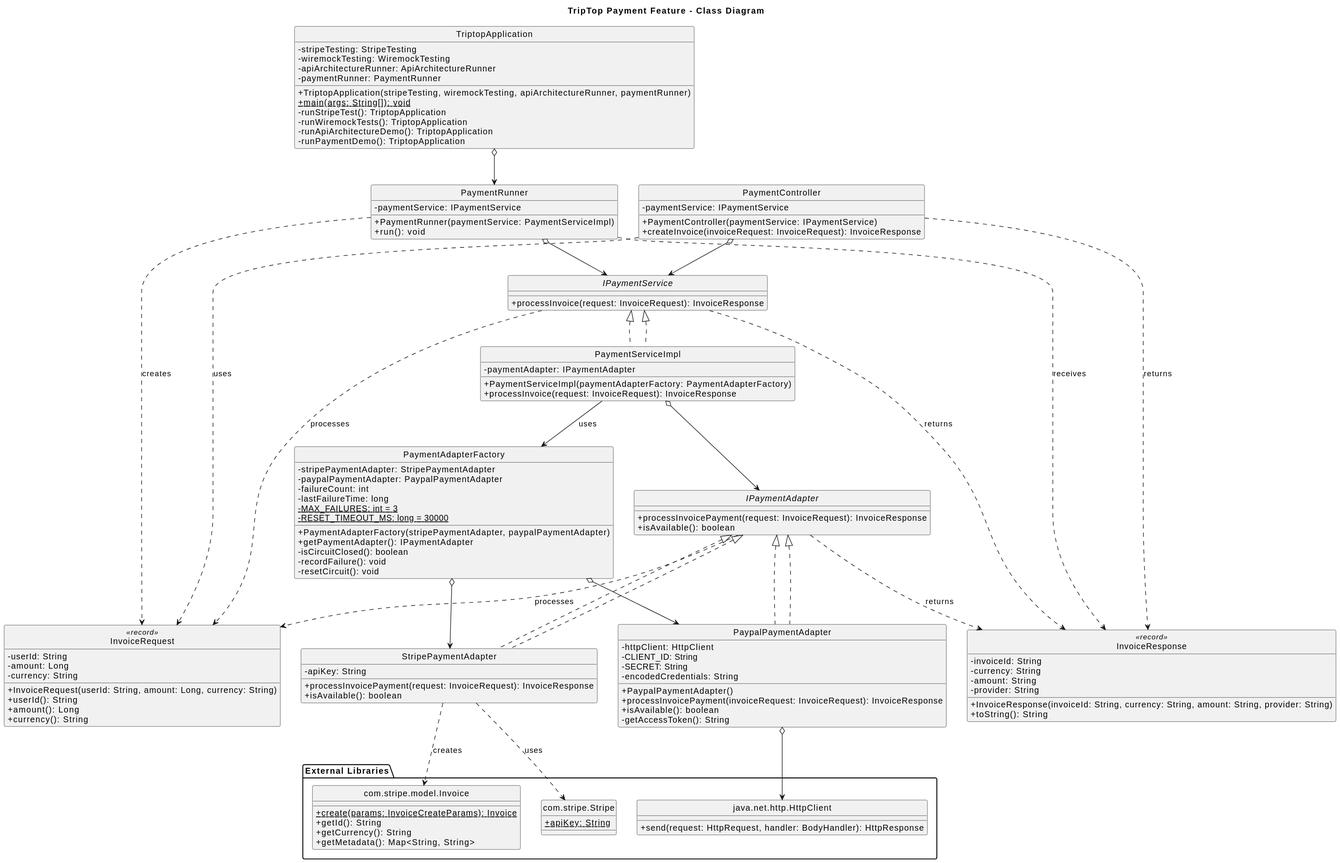
This is opdracht-diagrammen/component-diagrammen/MEES/ClassDiagram_Mees.svg from AIM-ENE-feb25/triptop-groep-3-pedro-ramon-mees, a PlantUML export, as it was before one commit.
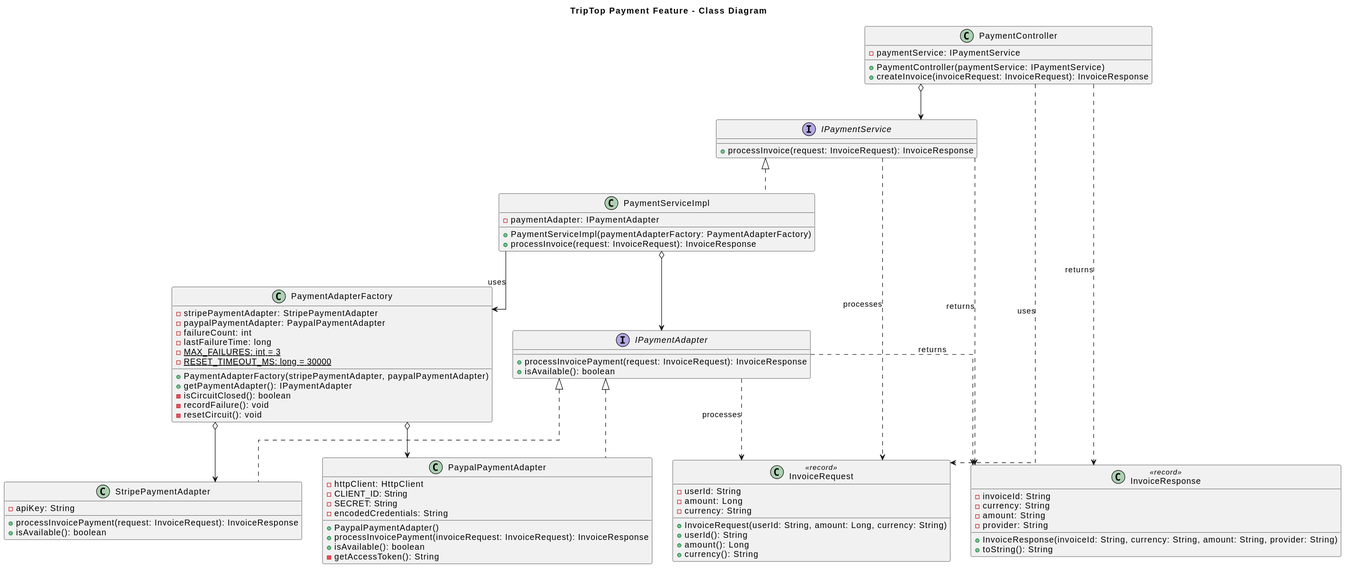
Above is the later version.

Change to the diagram source:
```diff
@@ -1,27 +1,7 @@
 @startuml
-skinparam classAttributeIconSize 0
-hide circle
-
 title "TripTop Payment Feature - Class Diagram"
 
-class TriptopApplication {
-  - stripeTesting: StripeTesting
-  - wiremockTesting: WiremockTesting
-  - apiArchitectureRunner: ApiArchitectureRunner
-  - paymentRunner: PaymentRunner
-  + TriptopApplication(stripeTesting, wiremockTesting, apiArchitectureRunner, paymentRunner)
-  + {static} main(args: String[]): void
-  - runStripeTest(): TriptopApplication
-  - runWiremockTests(): TriptopApplication
-  - runApiArchitectureDemo(): TriptopApplication
-  - runPaymentDemo(): TriptopApplication
-}
-
-class PaymentRunner {
-  - paymentService: IPaymentService
-  + PaymentRunner(paymentService: PaymentServiceImpl)
-  + run(): void
-}
+skinparam linetype ortho
 
 class PaymentController {
   - paymentService: IPaymentService
@@ -94,46 +74,17 @@
   + toString(): String
 }
 
-package "External Libraries" {
-  class "com.stripe.Stripe" as Stripe {
-    + {static} apiKey: String
-  }
-
-  class "com.stripe.model.Invoice" as StripeInvoice {
-    + {static} create(params: InvoiceCreateParams): Invoice
-    + getId(): String
-    + getCurrency(): String
-    + getMetadata(): Map<String, String>
-  }
-
-  class "java.net.http.HttpClient" as HttpClient {
-    + send(request: HttpRequest, handler: BodyHandler): HttpResponse
-  }
-}
-
-TriptopApplication o--> PaymentRunner
-PaymentRunner o--> IPaymentService
 
 PaymentController o--> IPaymentService
 
-IPaymentService <|.. PaymentServiceImpl
 PaymentServiceImpl o--> IPaymentAdapter
-
-IPaymentAdapter <|.. StripePaymentAdapter
-IPaymentAdapter <|.. PaypalPaymentAdapter
 
 PaymentAdapterFactory o--> StripePaymentAdapter
 PaymentAdapterFactory o--> PaypalPaymentAdapter
 PaymentServiceImpl --> PaymentAdapterFactory : uses
 
-StripePaymentAdapter ..> Stripe : uses
-StripePaymentAdapter ..> StripeInvoice : creates
-PaypalPaymentAdapter o--> HttpClient
-
 PaymentController ..> InvoiceRequest : uses
 PaymentController ..> InvoiceResponse : returns
-PaymentRunner ..> InvoiceRequest : creates
-PaymentRunner ..> InvoiceResponse : receives
 
 IPaymentService ..> InvoiceRequest : processes
 IPaymentService ..> InvoiceResponse : returns
```
